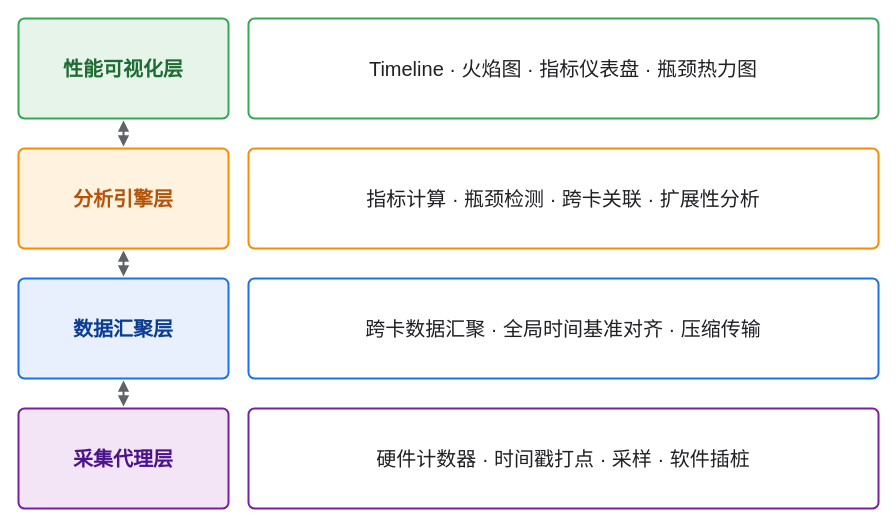
Before: page "性能分析工具模块分层结构" (5 of 7) of A3超节点设计方案插图.drawio in HanxuLiu/drawio-files, a draw.io diagram. Source tidied: cells renumbered, new cells numbered last; positions are measured from the earlier drawing's top-left corner, leaving out a move shared by most shapes. Both pictures are drawn from the tidied source at 100%, with x=0, y=0 at pixel (18, 18).
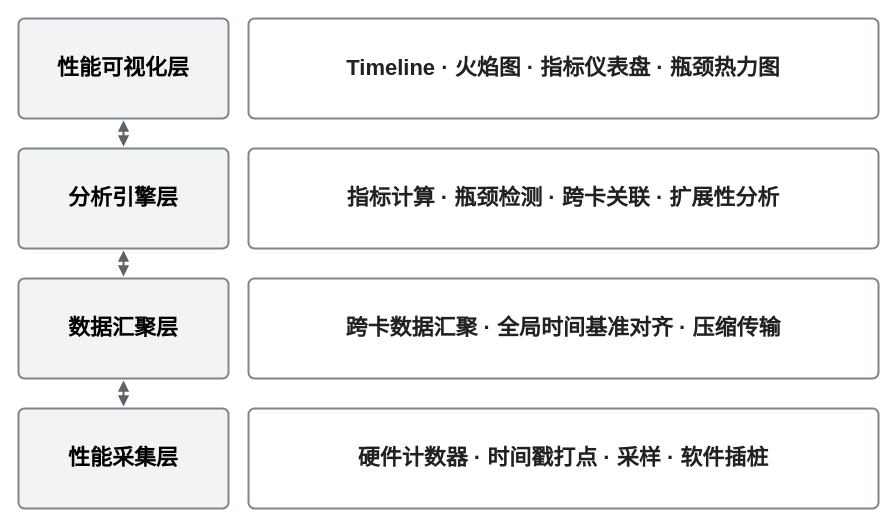
The same page after the edit.

Change to the diagram source:
```diff
@@
 <mxGraphModel>
   <root>
     <mxCell id="0" />
     <mxCell id="1" parent="0" />
-    <mxCell id="2" value="性能可视化层" style="rounded=1;arcSize=6;whiteSpace=wrap;html=1;fillColor=#E6F4EA;strokeColor=#34A853;strokeWidth=2;fontSize=20;fontColor=#1E6B33;align=center;verticalAlign=middle;fontStyle=1;" parent="1" vertex="1">
+    <mxCell id="2" value="性能可视化层" style="rounded=1;arcSize=6;whiteSpace=wrap;html=1;fillColor=#F1F3F4;strokeColor=#80868B;strokeWidth=2;fontSize=22;fontColor=#000000;align=center;verticalAlign=middle;fontStyle=1;fontFamily=Helvetica;" parent="1" vertex="1">
       <mxGeometry width="210" height="100" as="geometry" />
     </mxCell>
-    <mxCell id="3" value="Timeline · 火焰图 · 指标仪表盘 · 瓶颈热力图" style="rounded=1;arcSize=6;whiteSpace=wrap;html=1;fillColor=#FFFFFF;strokeColor=#34A853;strokeWidth=2;fontSize=20;fontColor=#202124;align=center;verticalAlign=middle;" parent="1" vertex="1">
+    <mxCell id="3" value="Timeline · 火焰图 · 指标仪表盘 · 瓶颈热力图" style="rounded=1;arcSize=6;whiteSpace=wrap;html=1;fillColor=#FFFFFF;strokeColor=#80868B;strokeWidth=2;fontSize=22;fontColor=#202124;align=center;verticalAlign=middle;fontFamily=Helvetica;fontStyle=1;" parent="1" vertex="1">
       <mxGeometry x="230" width="630" height="100" as="geometry" />
     </mxCell>
-    <mxCell id="4" value="分析引擎层" style="rounded=1;arcSize=6;whiteSpace=wrap;html=1;fillColor=#FFF3E0;strokeColor=#FB8C00;strokeWidth=2;fontSize=20;fontColor=#B45309;align=center;verticalAlign=middle;fontStyle=1;" parent="1" vertex="1">
+    <mxCell id="4" value="分析引擎层" style="rounded=1;arcSize=6;whiteSpace=wrap;html=1;fillColor=#F1F3F4;strokeColor=#80868B;strokeWidth=2;fontSize=22;fontColor=#000000;align=center;verticalAlign=middle;fontStyle=1;fontFamily=Helvetica;" parent="1" vertex="1">
       <mxGeometry y="130" width="210" height="100" as="geometry" />
     </mxCell>
-    <mxCell id="5" value="指标计算 · 瓶颈检测 · 跨卡关联 · 扩展性分析" style="rounded=1;arcSize=6;whiteSpace=wrap;html=1;fillColor=#FFFFFF;strokeColor=#FB8C00;strokeWidth=2;fontSize=20;fontColor=#202124;align=center;verticalAlign=middle;" parent="1" vertex="1">
+    <mxCell id="5" value="指标计算 · 瓶颈检测 · 跨卡关联 · 扩展性分析" style="rounded=1;arcSize=6;whiteSpace=wrap;html=1;fillColor=#FFFFFF;strokeColor=#80868B;strokeWidth=2;fontSize=22;fontColor=#202124;align=center;verticalAlign=middle;fontFamily=Helvetica;fontStyle=1;" parent="1" vertex="1">
       <mxGeometry x="230" y="130" width="630" height="100" as="geometry" />
     </mxCell>
-    <mxCell id="6" style="edgeStyle=none;html=1;rounded=0;strokeColor=#5F6368;strokeWidth=2;startArrow=block;startFill=1;endArrow=block;endFill=1;fontSize=20;" parent="1" edge="1">
+    <mxCell id="6" style="edgeStyle=none;html=1;rounded=0;strokeColor=#5F6368;strokeWidth=2;startArrow=block;startFill=1;endArrow=block;endFill=1;fontSize=22;" parent="1" edge="1">
       <mxGeometry relative="1" as="geometry">
         <mxPoint x="105" y="102" as="sourcePoint" />
         <mxPoint x="105" y="128" as="targetPoint" />
       </mxGeometry>
     </mxCell>
-    <mxCell id="7" value="数据汇聚层" style="rounded=1;arcSize=6;whiteSpace=wrap;html=1;fillColor=#E8F0FE;strokeColor=#1A73E8;strokeWidth=2;fontSize=20;fontColor=#0B3D91;align=center;verticalAlign=middle;fontStyle=1;" parent="1" vertex="1">
+    <mxCell id="7" value="数据汇聚层" style="rounded=1;arcSize=6;whiteSpace=wrap;html=1;fillColor=#F1F3F4;strokeColor=#80868B;strokeWidth=2;fontSize=22;fontColor=#000000;align=center;verticalAlign=middle;fontStyle=1;fontFamily=Helvetica;" parent="1" vertex="1">
       <mxGeometry y="260" width="210" height="100" as="geometry" />
     </mxCell>
-    <mxCell id="8" value="跨卡数据汇聚 · 全局时间基准对齐 · 压缩传输" style="rounded=1;arcSize=6;whiteSpace=wrap;html=1;fillColor=#FFFFFF;strokeColor=#1A73E8;strokeWidth=2;fontSize=20;fontColor=#202124;align=center;verticalAlign=middle;" parent="1" vertex="1">
+    <mxCell id="8" value="跨卡数据汇聚 · 全局时间基准对齐 · 压缩传输" style="rounded=1;arcSize=6;whiteSpace=wrap;html=1;fillColor=#FFFFFF;strokeColor=#80868B;strokeWidth=2;fontSize=22;fontColor=#202124;align=center;verticalAlign=middle;fontFamily=Helvetica;fontStyle=1;" parent="1" vertex="1">
       <mxGeometry x="230" y="260" width="630" height="100" as="geometry" />
     </mxCell>
-    <mxCell id="9" style="edgeStyle=none;html=1;rounded=0;strokeColor=#5F6368;strokeWidth=2;startArrow=block;startFill=1;endArrow=block;endFill=1;fontSize=20;" parent="1" edge="1">
+    <mxCell id="9" style="edgeStyle=none;html=1;rounded=0;strokeColor=#5F6368;strokeWidth=2;startArrow=block;startFill=1;endArrow=block;endFill=1;fontSize=22;" parent="1" edge="1">
       <mxGeometry relative="1" as="geometry">
         <mxPoint x="105" y="232" as="sourcePoint" />
         <mxPoint x="105" y="258" as="targetPoint" />
       </mxGeometry>
     </mxCell>
-    <mxCell id="10" value="采集代理层" style="rounded=1;arcSize=6;whiteSpace=wrap;html=1;fillColor=#F3E5F5;strokeColor=#7B1FA2;strokeWidth=2;fontSize=20;fontColor=#4A148C;align=center;verticalAlign=middle;fontStyle=1;" parent="1" vertex="1">
+    <mxCell id="10" value="性能采集层" style="rounded=1;arcSize=6;whiteSpace=wrap;html=1;fillColor=#F1F3F4;strokeColor=#80868B;strokeWidth=2;fontSize=22;fontColor=#000000;align=center;verticalAlign=middle;fontStyle=1;fontFamily=Helvetica;" parent="1" vertex="1">
       <mxGeometry y="390" width="210" height="100" as="geometry" />
     </mxCell>
-    <mxCell id="11" value="硬件计数器 · 时间戳打点 · 采样 · 软件插桩" style="rounded=1;arcSize=6;whiteSpace=wrap;html=1;fillColor=#FFFFFF;strokeColor=#7B1FA2;strokeWidth=2;fontSize=20;fontColor=#202124;align=center;verticalAlign=middle;" parent="1" vertex="1">
+    <mxCell id="11" value="硬件计数器 · 时间戳打点 · 采样 · 软件插桩" style="rounded=1;arcSize=6;whiteSpace=wrap;html=1;fillColor=#FFFFFF;strokeColor=#80868B;strokeWidth=2;fontSize=22;fontColor=#202124;align=center;verticalAlign=middle;fontFamily=Helvetica;fontStyle=1;" parent="1" vertex="1">
       <mxGeometry x="230" y="390" width="630" height="100" as="geometry" />
     </mxCell>
-    <mxCell id="12" style="edgeStyle=none;html=1;rounded=0;strokeColor=#5F6368;strokeWidth=2;startArrow=block;startFill=1;endArrow=block;endFill=1;fontSize=20;" parent="1" edge="1">
+    <mxCell id="12" style="edgeStyle=none;html=1;rounded=0;strokeColor=#5F6368;strokeWidth=2;startArrow=block;startFill=1;endArrow=block;endFill=1;fontSize=22;" parent="1" edge="1">
       <mxGeometry relative="1" as="geometry">
         <mxPoint x="105" y="362" as="sourcePoint" />
         <mxPoint x="105" y="388" as="targetPoint" />
       </mxGeometry>
     </mxCell>
   </root>
 </mxGraphModel>
```
